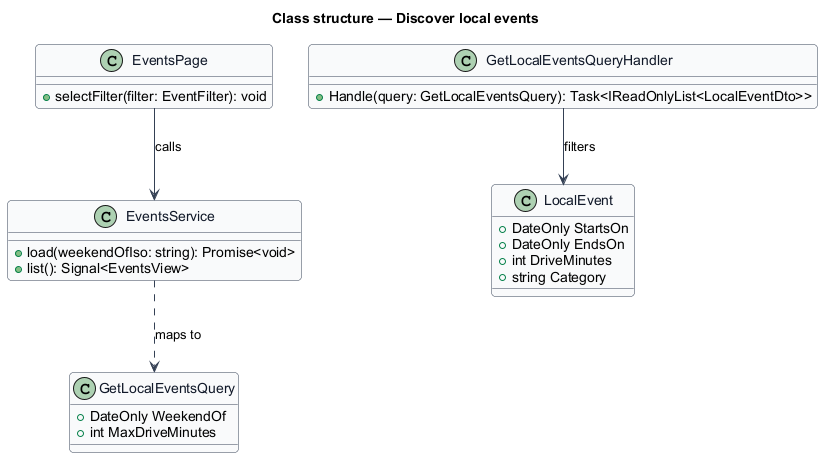
This is docs/detailed-designs/discovery/discover-local-events/diagrams/class-structure.png from QuinntyneBrown/saturdaze, a PlantUML export, as it was before one commit.
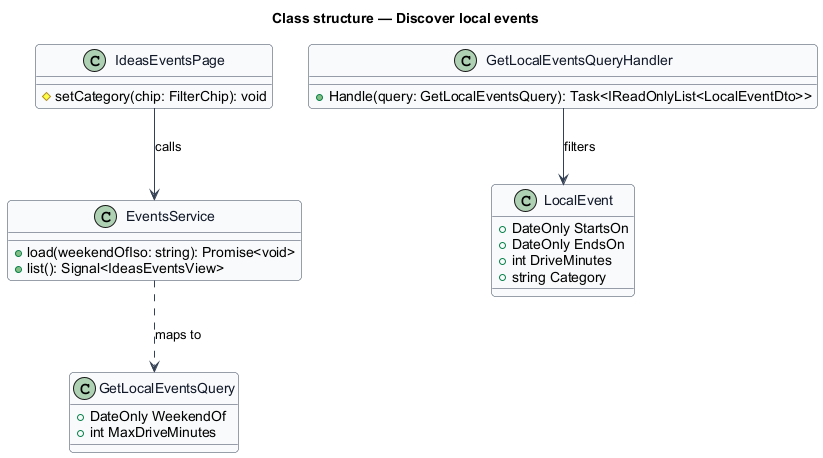
After the commit.

The edit, as a diff of the source:
```diff
@@ -11,12 +11,12 @@
 }
 title Class structure — Discover local events
 
-class EventsPage {
-  +selectFilter(filter: EventFilter): void
+class IdeasEventsPage {
+  #setCategory(chip: FilterChip): void
 }
 class EventsService {
   +load(weekendOfIso: string): Promise<void>
-  +list(): Signal<EventsView>
+  +list(): Signal<IdeasEventsView>
 }
 class GetLocalEventsQuery {
   +DateOnly WeekendOf
@@ -31,7 +31,7 @@
   +int DriveMinutes
   +string Category
 }
-EventsPage --> EventsService : calls
+IdeasEventsPage --> EventsService : calls
 EventsService ..> GetLocalEventsQuery : maps to
 GetLocalEventsQueryHandler --> LocalEvent : filters
 @enduml
```
